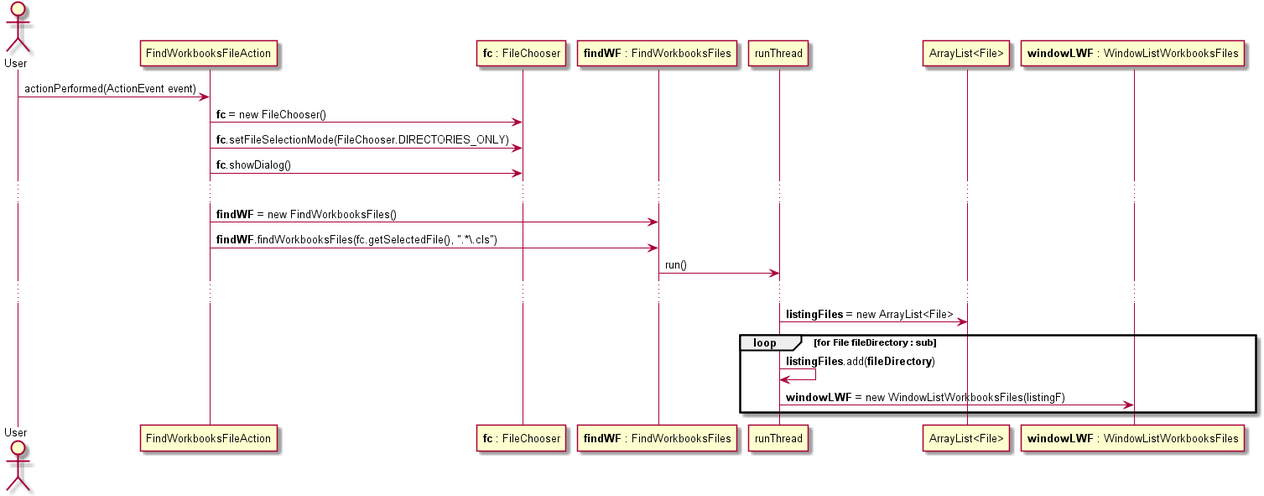
Earlier version of the PlantUML export src/csheets/userstories/us068/doc-files/us068_design1.png (BeatrizSeabra/Project_Excel_Java). The source it was exported from:
```plantuml
@startuml doc-files/us068_design1.png
actor User
participant FindWorkbooksFileAction as FWFA
participant "<b>fc</b> : FileChooser" as FC
participant "<b>findWF</b> : FindWorkbooksFiles" as FWF
participant runThread as thread
participant "ArrayList<File>" as AL
participant "<b>windowLWF</b> : WindowListWorkbooksFiles" as WLWF

User -> FWFA : actionPerformed(ActionEvent event)
FWFA -> FC : <b>fc</b> = new FileChooser()
FWFA -> FC : <b>fc</b>.setFileSelectionMode(FileChooser.DIRECTORIES_ONLY)
FWFA -> FC : <b>fc</b>.showDialog()
...
FWFA -> FWF : <b>findWF</b> = new FindWorkbooksFiles()
FWFA -> FWF : <b>findWF</b>.findWorkbooksFiles(fc.getSelectedFile(), ".*\\.cls")
FWF -> thread: run()
...
thread-> AL: <b>listingFiles</b> = new ArrayList<File>

loop for File <b>fileDirectory</b> : sub
   thread-> thread: <b>listingFiles</b>.add(<b>fileDirectory</b>)
   thread-> WLWF : <b>windowLWF</b> = new WindowListWorkbooksFiles(listingF)
end
@enduml
```
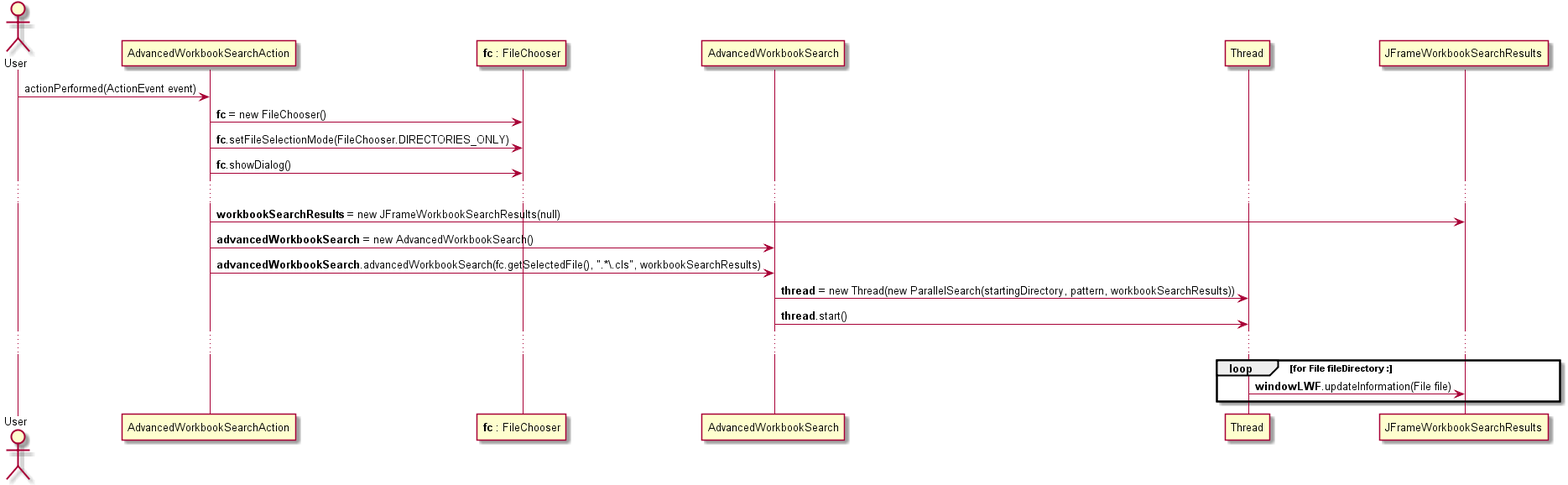
Above is the later version.

The edit, as a diff of the source:
```diff
@@ -1,25 +1,25 @@
 @startuml doc-files/us068_design1.png
 actor User
-participant FindWorkbooksFileAction as FWFA
+participant "AdvancedWorkbookSearchAction" as searchAction
 participant "<b>fc</b> : FileChooser" as FC
-participant "<b>findWF</b> : FindWorkbooksFiles" as FWF
-participant runThread as thread
-participant "ArrayList<File>" as AL
-participant "<b>windowLWF</b> : WindowListWorkbooksFiles" as WLWF
+participant "AdvancedWorkbookSearch" as workbookSearch
+participant Thread as thread
+participant "JFrameWorkbookSearchResults" as window
 
-User -> FWFA : actionPerformed(ActionEvent event)
-FWFA -> FC : <b>fc</b> = new FileChooser()
-FWFA -> FC : <b>fc</b>.setFileSelectionMode(FileChooser.DIRECTORIES_ONLY)
-FWFA -> FC : <b>fc</b>.showDialog()
+
+User -> searchAction: actionPerformed(ActionEvent event)
+searchAction-> FC : <b>fc</b> = new FileChooser()
+searchAction-> FC : <b>fc</b>.setFileSelectionMode(FileChooser.DIRECTORIES_ONLY)
+searchAction-> FC : <b>fc</b>.showDialog()
 ...
-FWFA -> FWF : <b>findWF</b> = new FindWorkbooksFiles()
-FWFA -> FWF : <b>findWF</b>.findWorkbooksFiles(fc.getSelectedFile(), ".*\\.cls")
-FWF -> thread: run()
+searchAction-> window: <b>workbookSearchResults</b> = new JFrameWorkbookSearchResults(null)
+searchAction-> workbookSearch: <b>advancedWorkbookSearch</b> = new AdvancedWorkbookSearch()
+searchAction-> workbookSearch: <b>advancedWorkbookSearch</b>.advancedWorkbookSearch(fc.getSelectedFile(), ".*\\.cls", workbookSearchResults)
+workbookSearch-> thread: <b>thread</b> = new Thread(new ParallelSearch(startingDirectory, pattern, workbookSearchResults))
+workbookSearch-> thread: <b>thread</b>.start()
 ...
-thread-> AL: <b>listingFiles</b> = new ArrayList<File>
 
-loop for File <b>fileDirectory</b> : sub
-   thread-> thread: <b>listingFiles</b>.add(<b>fileDirectory</b>)
-   thread-> WLWF : <b>windowLWF</b> = new WindowListWorkbooksFiles(listingF)
+loop for File <b>fileDirectory</b> :
+   thread-> window: <b>windowLWF</b>.updateInformation(File file)
 end
 @enduml
```
